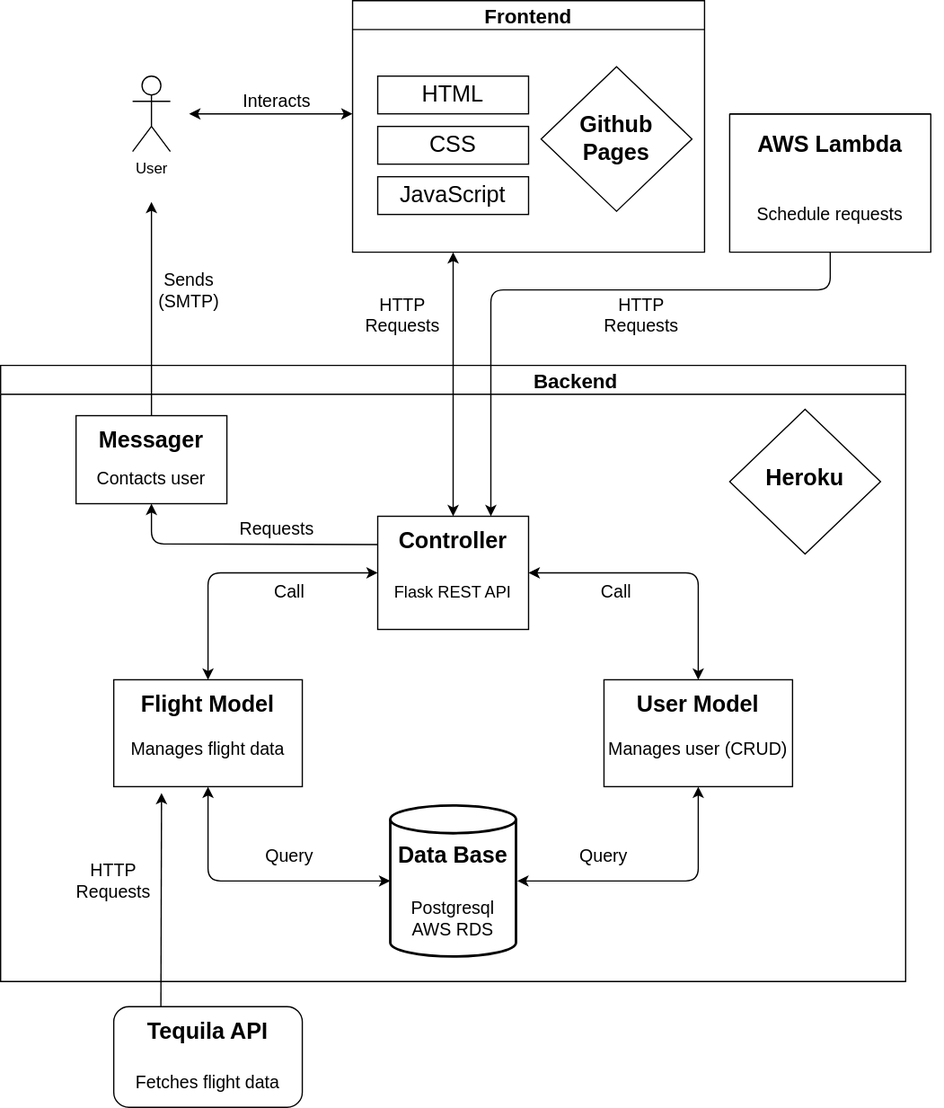
Earlier version of the draw.io export g-flight-architecture.svg (guilevieiram/g_flight). Source tidied: cells renumbered, new cells last; positions are measured from the earlier drawing's top-left corner, leaving out a move shared by most shapes.
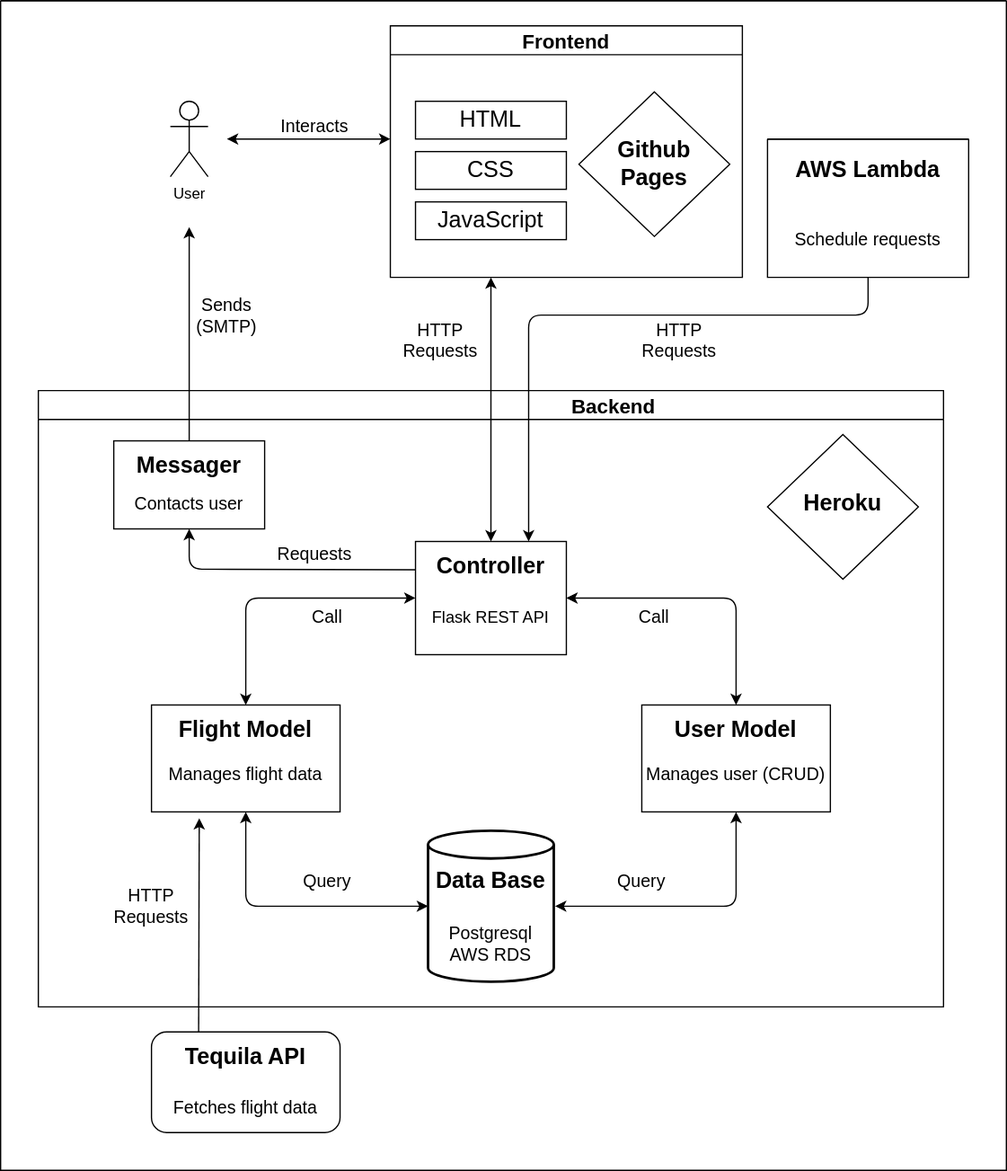
Later version of the same file.

Change to the diagram source:
```diff
@@ -200,5 +200,8 @@
     <mxCell id="55" value="HTTP Requests" style="text;html=1;strokeColor=none;fillColor=none;align=center;verticalAlign=middle;whiteSpace=wrap;rounded=0;fontSize=14;" parent="1" vertex="1">
       <mxGeometry x="490" y="240" width="40" height="20" as="geometry" />
     </mxCell>
+    <mxCell id="56" style="swimlane;startSize=0;fontSize=14;align=center;" parent="1" vertex="1">
+      <mxGeometry x="-30" y="-20" width="800" height="930" as="geometry" />
+    </mxCell>
   </root>
 </mxGraphModel>
```
